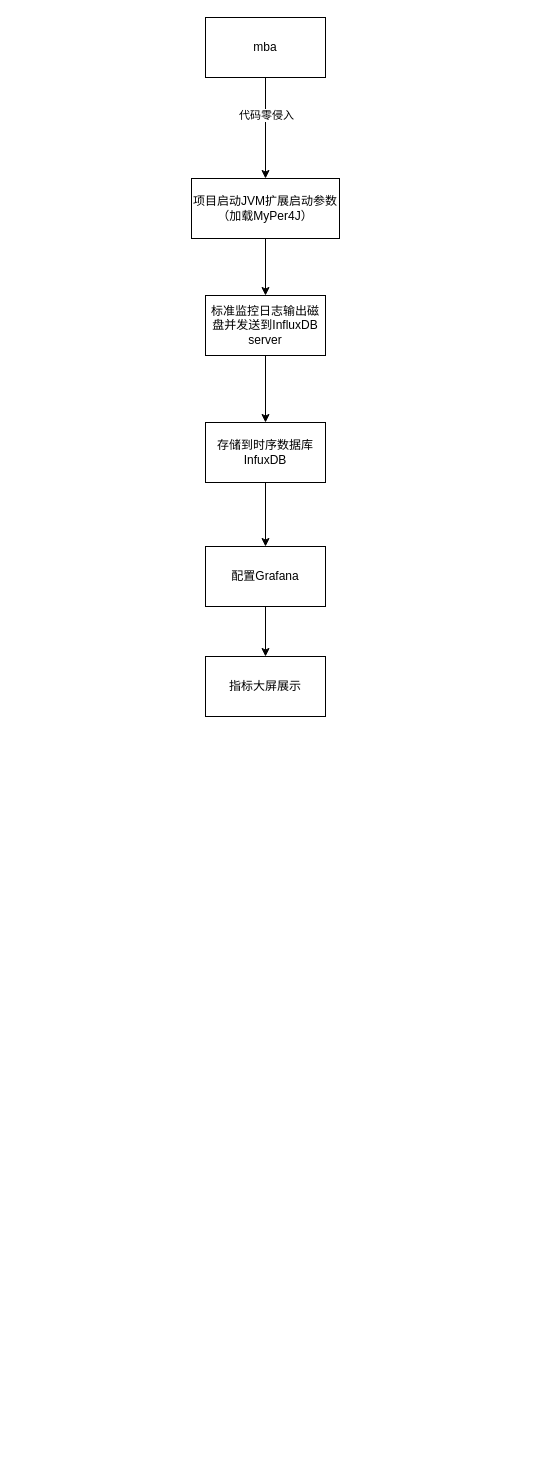
This is 海绵业务流程图/Java性能监控.drawio from YYB1024/myRemoteRepo, a draw.io file, before an edit. Source tidied: cells renumbered, new cells numbered last; positions are measured from the earlier drawing's top-left corner, leaving out a move shared by most shapes. Both pictures are drawn from the tidied source at 100%, with x=0, y=0 at pixel (191, 17).
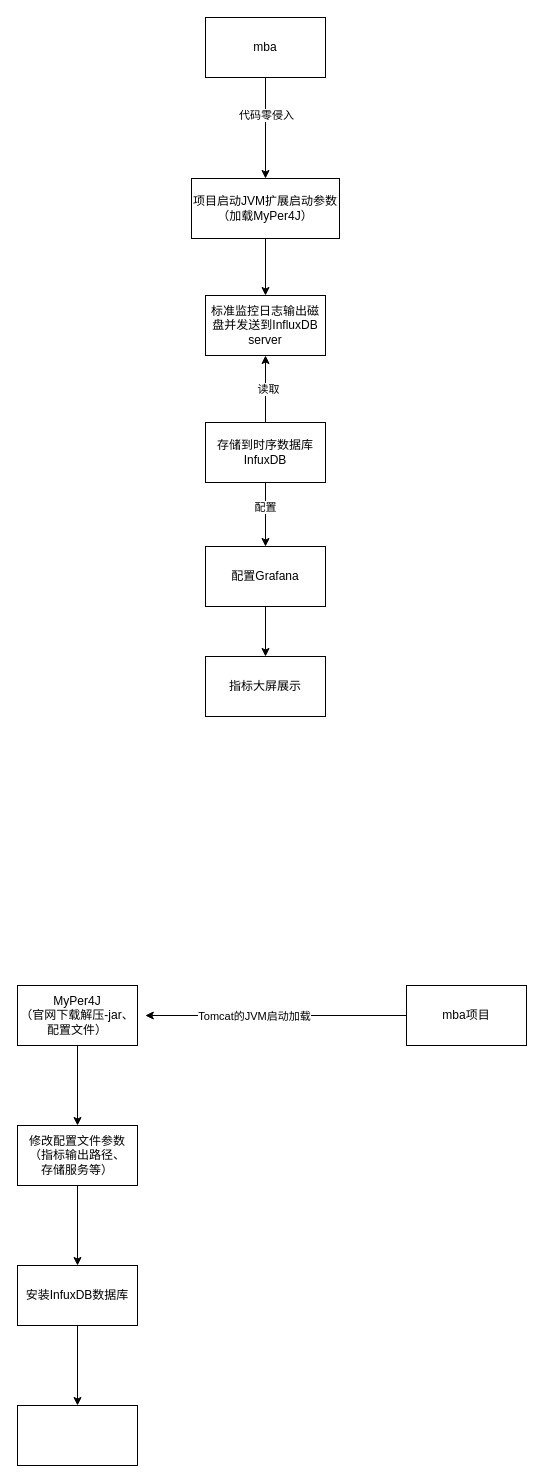
After the change.

Commit message:
更新Java性能监控.drawio

Unchanged cells that the change refers to:
```xml
<mxCell id="9" value="标准监控日志输出磁盘并发送到InfluxDB server" style="whiteSpace=wrap;html=1;rounded=0;" parent="1" vertex="1">
  <mxGeometry x="14" y="278" width="120" height="60" as="geometry" />
</mxCell>
<mxCell id="10" style="edgeStyle=orthogonalEdgeStyle;rounded=0;jettySize=auto;html=1;" parent="1" edge="1" source="11" target="13">
  <mxGeometry relative="1" as="geometry" />
</mxCell>
<mxCell id="11" value="存储到时序数据库InfuxDB" style="whiteSpace=wrap;html=1;rounded=0;" parent="1" vertex="1">
  <mxGeometry x="14" y="405" width="120" height="60" as="geometry" />
</mxCell>
```

The edit, as a diff of the source:
```diff
@@
-    <mxCell id="8" style="edgeStyle=orthogonalEdgeStyle;rounded=0;jettySize=auto;html=1;" parent="1" edge="1" source="9" target="11">
-      <mxGeometry relative="1" as="geometry" />
-    </mxCell>
@@
+    <mxCell id="15" value="配置" style="edgeLabel;html=1;align=center;verticalAlign=middle;" parent="10" vertex="1">
+      <mxGeometry x="-0.26" y="-1" relative="1" as="geometry" />
+    </mxCell>
+    <mxCell id="16" style="edgeStyle=orthogonalEdgeStyle;rounded=0;jettySize=auto;html=1;" parent="1" edge="1" source="11" target="9">
+      <mxGeometry relative="1" as="geometry" />
+    </mxCell>
+    <mxCell id="17" value="读取" style="edgeLabel;html=1;align=center;verticalAlign=middle;" parent="16" vertex="1">
+      <mxGeometry x="0.02" y="-2" relative="1" as="geometry" />
+    </mxCell>
@@
+    <mxCell id="18" style="edgeStyle=orthogonalEdgeStyle;rounded=0;jettySize=auto;html=1;" parent="1" edge="1" source="20">
+      <mxGeometry relative="1" as="geometry">
+        <mxPoint x="-46.2" y="998" as="targetPoint" />
+      </mxGeometry>
+    </mxCell>
+    <mxCell id="19" value="Tomcat的JVM启动加载" style="edgeLabel;html=1;align=center;verticalAlign=middle;" parent="18" vertex="1">
+      <mxGeometry x="0.36" y="2" relative="1" as="geometry">
+        <mxPoint x="25" y="-2" as="offset" />
+      </mxGeometry>
+    </mxCell>
+    <mxCell id="20" value="mba项目" style="rounded=0;whiteSpace=wrap;html=1;" parent="1" vertex="1">
+      <mxGeometry x="215" y="968" width="120" height="60" as="geometry" />
+    </mxCell>
+    <mxCell id="21" style="edgeStyle=orthogonalEdgeStyle;rounded=0;jettySize=auto;html=1;" parent="1" edge="1" source="22" target="24">
+      <mxGeometry relative="1" as="geometry" />
+    </mxCell>
+    <mxCell id="22" value="MyPer4J&lt;br&gt;&lt;div&gt;（官网下载解压-jar、配置文件）&lt;/div&gt;" style="whiteSpace=wrap;html=1;rounded=0;" parent="1" vertex="1">
+      <mxGeometry x="-174" y="968" width="120" height="60" as="geometry" />
+    </mxCell>
+    <mxCell id="23" style="edgeStyle=orthogonalEdgeStyle;rounded=0;jettySize=auto;html=1;" parent="1" edge="1" source="24" target="26">
+      <mxGeometry relative="1" as="geometry" />
+    </mxCell>
+    <mxCell id="24" value="修改配置文件参数&lt;br&gt;（指标输出路径、&lt;br&gt;存储服务等）" style="whiteSpace=wrap;html=1;rounded=0;" parent="1" vertex="1">
+      <mxGeometry x="-174" y="1108" width="120" height="60" as="geometry" />
+    </mxCell>
+    <mxCell id="25" style="edgeStyle=orthogonalEdgeStyle;rounded=0;jettySize=auto;html=1;" parent="1" edge="1" source="26" target="27">
+      <mxGeometry relative="1" as="geometry" />
+    </mxCell>
+    <mxCell id="26" value="安装InfuxDB数据库" style="whiteSpace=wrap;html=1;rounded=0;" parent="1" vertex="1">
+      <mxGeometry x="-174" y="1248" width="120" height="60" as="geometry" />
+    </mxCell>
+    <mxCell id="27" style="whiteSpace=wrap;html=1;rounded=0;" parent="1" vertex="1">
+      <mxGeometry x="-174" y="1388" width="120" height="60" as="geometry" />
+    </mxCell>
```
